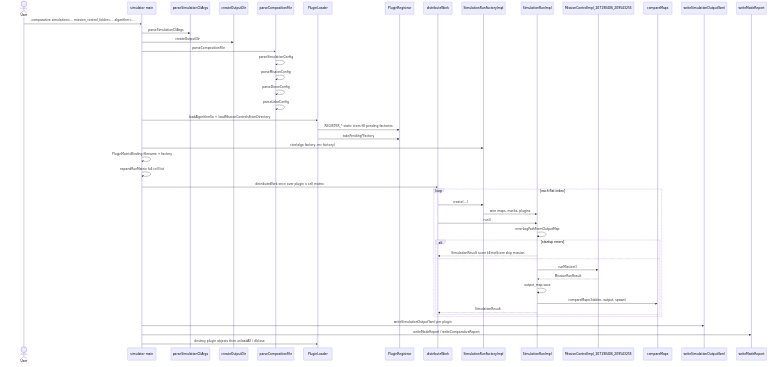
Earlier version of the Mermaid export docs/hld/seq-comparative-cell.png (Sagi154/Drone-Mapper-ex3). Its source is kept beside it as docs/hld/seq-comparative-cell.mmd.
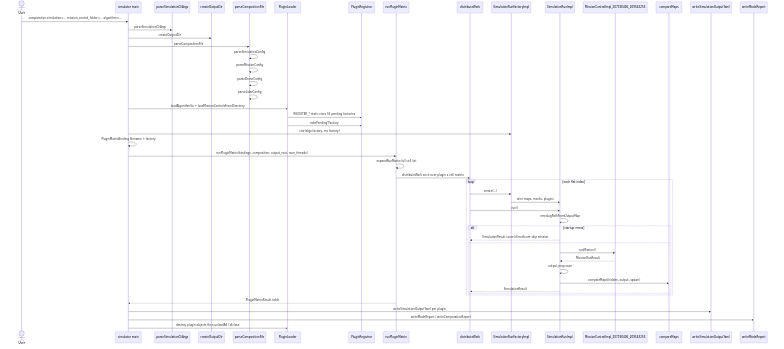
The same diagram one commit later.

Diff of the diagram source:
```diff
@@ -6,6 +6,7 @@
     participant Comp as parseCompositionFile
     participant Loader as PluginLoader
     participant Reg as PluginRegistrar
+    participant RPM as runPluginMatrix
     participant Dist as distributeWork
     participant Factory as SimulationRunFactoryImpl
     participant Run as SimulationRunImpl
@@ -27,8 +28,9 @@
     Loader->>Reg: takePending*Factory
     Main->>Factory: ctor(algo factory, mc factory)
     Main->>Main: PluginMatrixBinding filename + factory
-    Main->>Main: expandRunMatrix full cell list
-    Main->>Dist: distributeWork once over plugin x cell matrix
+    Main->>RPM: runPluginMatrix(bindings, composition, output_root, num_threads)
+    RPM->>RPM: expandRunMatrix full cell list
+    RPM->>Dist: distributeWork once over plugin x cell matrix
     loop each flat index
         Dist->>Factory: create(...)
         Factory->>Run: wire maps, mocks, plugins
@@ -44,6 +46,7 @@
             Run-->>Dist: SimulationResult
         end
     end
+    RPM-->>Main: PluginMatrixResult table
     Main->>Yaml: writeSimulationOutputYaml per plugin
     Main->>Rep: writeModeReport / writeComparativeReport
     Main->>Loader: destroy plugin objects then unloadAll / dlclose
```
